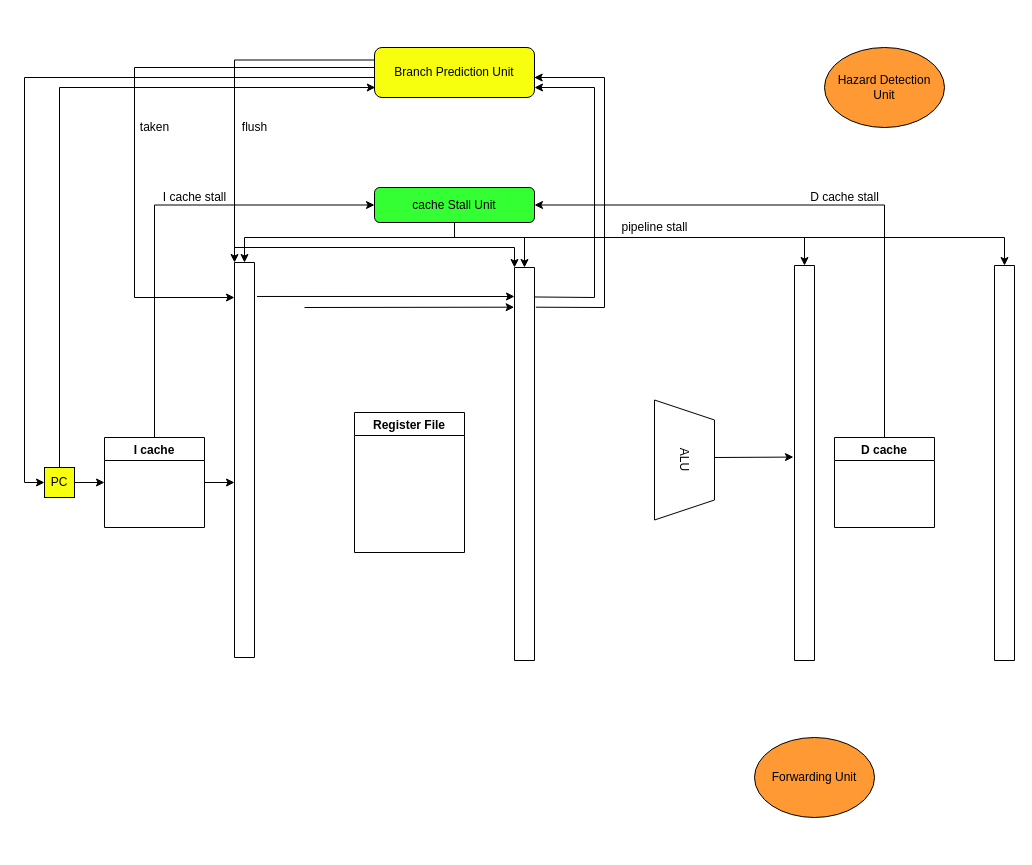
JeterHwang/DSD keeps this draw.io diagram as Untitled Diagram.drawio. Above is the earlier version. Source tidied: cells renumbered, new cells numbered last; positions are measured from the earlier drawing's top-left corner, leaving out a move shared by most shapes. Both pictures are drawn from the tidied source at 100%, with x=0, y=0 at pixel (24, 47).
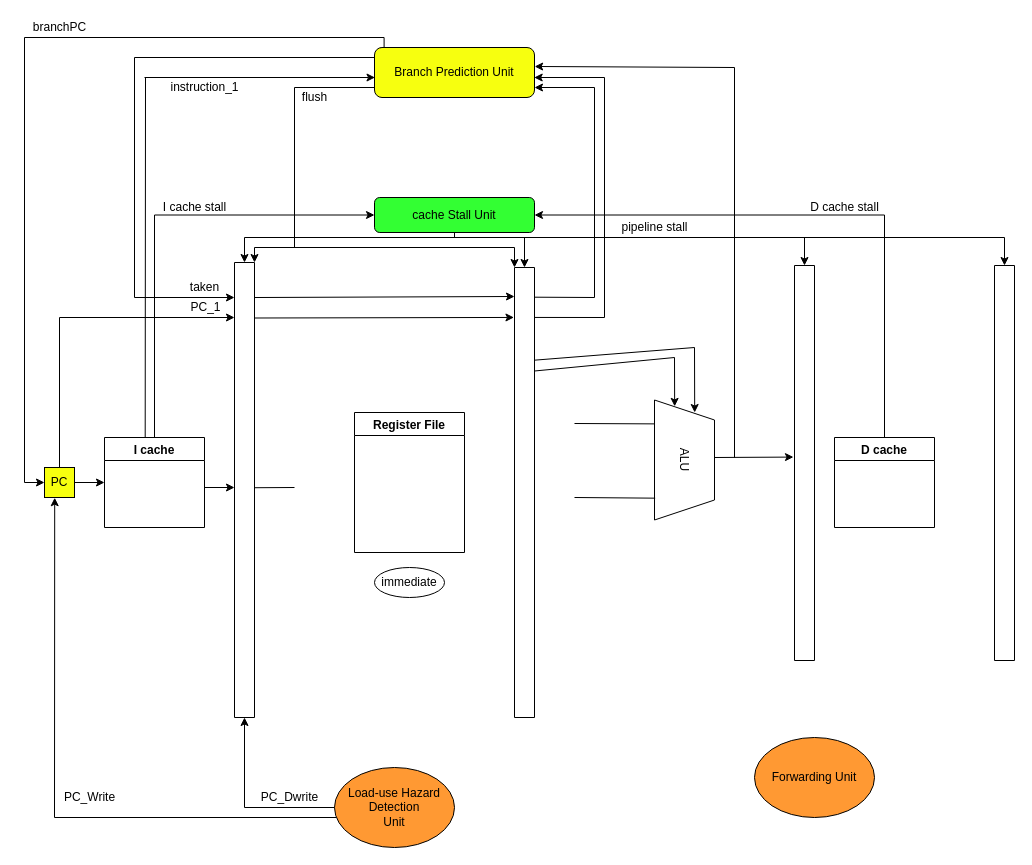
Above is the later version.

Unchanged cells that the change refers to:
```xml
<mxCell id="8" value="I cache" style="swimlane;" parent="1" vertex="1">
  <mxGeometry x="80" y="390" width="100" height="90" as="geometry" />
</mxCell>
<mxCell id="11" value="PC" style="whiteSpace=wrap;html=1;glass=0;fillColor=#F7FF0F;" parent="1" vertex="1">
  <mxGeometry x="20" y="420" width="30" height="30" as="geometry" />
</mxCell>
<mxCell id="15" value="Branch Prediction Unit" style="rounded=1;whiteSpace=wrap;html=1;glass=0;fillColor=#F7FF0F;" parent="1" vertex="1">
  <mxGeometry x="350" width="160" height="50" as="geometry" />
</mxCell>
<mxCell id="17" value="ALU" style="shape=trapezoid;perimeter=trapezoidPerimeter;whiteSpace=wrap;html=1;fixedSize=1;glass=0;strokeColor=#000000;rotation=90;fillColor=#FFFFFF;" parent="1" vertex="1">
  <mxGeometry x="600" y="382.5" width="120" height="60" as="geometry" />
</mxCell>
<mxCell id="19" value="D cache" style="swimlane;" parent="1" vertex="1">
  <mxGeometry x="810" y="390" width="100" height="90" as="geometry" />
</mxCell>
```

What changed in the source:
```diff
@@
     <mxCell id="2" style="swimlane;startSize=0;fillColor=#4262FF;glass=0;swimlaneLine=1;" parent="1" vertex="1">
-      <mxGeometry x="210" y="215" width="20" height="395" as="geometry" />
+      <mxGeometry x="210" y="215" width="20" height="455" as="geometry" />
     </mxCell>
     <mxCell id="3" style="swimlane;startSize=0;" parent="1" vertex="1">
-      <mxGeometry x="490" y="220" width="20" height="393" as="geometry" />
+      <mxGeometry x="490" y="220" width="20" height="450" as="geometry" />
     </mxCell>
@@
     <mxCell id="6" style="edgeStyle=orthogonalEdgeStyle;rounded=0;jettySize=auto;html=1;exitX=1;exitY=0.5;exitDx=0;exitDy=0;" parent="1" edge="1" source="8">
       <mxGeometry relative="1" as="geometry">
-        <mxPoint x="210" y="435" as="targetPoint" />
+        <mxPoint x="210" y="440" as="targetPoint" />
+        <Array as="points">
+          <mxPoint x="180" y="440" />
+          <mxPoint x="210" y="440" />
+        </Array>
       </mxGeometry>
     </mxCell>
     <mxCell id="7" style="edgeStyle=orthogonalEdgeStyle;rounded=0;jettySize=auto;html=1;exitX=0.5;exitY=0;exitDx=0;exitDy=0;entryX=0;entryY=0.5;entryDx=0;entryDy=0;" parent="1" edge="1" source="8" target="23">
       <mxGeometry relative="1" as="geometry">
         <Array as="points">
-          <mxPoint x="130" y="158" />
-          <mxPoint x="350" y="158" />
+          <mxPoint x="130" y="168" />
+          <mxPoint x="350" y="168" />
         </Array>
       </mxGeometry>
     </mxCell>
@@
-    <mxCell id="10" style="edgeStyle=orthogonalEdgeStyle;rounded=0;jettySize=auto;html=1;exitX=0.5;exitY=0;exitDx=0;exitDy=0;" parent="1" edge="1" source="11">
-      <mxGeometry relative="1" as="geometry">
-        <mxPoint x="350.8" y="40" as="targetPoint" />
-        <Array as="points">
-          <mxPoint x="35" y="40" />
-        </Array>
-      </mxGeometry>
-    </mxCell>
+    <mxCell id="44" style="edgeStyle=orthogonalEdgeStyle;rounded=0;jettySize=auto;html=1;exitX=0.5;exitY=0;exitDx=0;exitDy=0;" parent="1" edge="1" source="11">
+      <mxGeometry relative="1" as="geometry">
+        <mxPoint x="210" y="270" as="targetPoint" />
+        <Array as="points">
+          <mxPoint x="35" y="270" />
+        </Array>
+      </mxGeometry>
+    </mxCell>
@@
-    <mxCell id="12" style="edgeStyle=orthogonalEdgeStyle;rounded=0;jettySize=auto;html=1;exitX=0;exitY=0.5;exitDx=0;exitDy=0;entryX=0;entryY=0.5;entryDx=0;entryDy=0;" parent="1" edge="1" source="15" target="11">
+    <mxCell id="12" style="edgeStyle=orthogonalEdgeStyle;rounded=0;jettySize=auto;html=1;exitX=0.06;exitY=-0.002;exitDx=0;exitDy=0;entryX=0;entryY=0.5;entryDx=0;entryDy=0;exitPerimeter=0;" parent="1" edge="1" source="15" target="11">
       <mxGeometry relative="1" as="geometry">
         <Array as="points">
-          <mxPoint x="350" y="30" />
-          <mxPoint y="30" />
+          <mxPoint x="360" y="-10" />
+          <mxPoint y="-10" />
           <mxPoint y="435" />
         </Array>
       </mxGeometry>
     </mxCell>
-    <mxCell id="13" style="edgeStyle=orthogonalEdgeStyle;rounded=0;jettySize=auto;html=1;exitX=0;exitY=0.25;exitDx=0;exitDy=0;" parent="1" edge="1" source="15">
+    <mxCell id="13" style="edgeStyle=orthogonalEdgeStyle;rounded=0;jettySize=auto;html=1;exitX=0.039;exitY=-0.001;exitDx=0;exitDy=0;exitPerimeter=0;" parent="1" edge="1" source="15">
       <mxGeometry relative="1" as="geometry">
         <mxPoint x="210" y="250" as="targetPoint" />
         <Array as="points">
-          <mxPoint x="350" y="20" />
-          <mxPoint x="110" y="20" />
+          <mxPoint x="356" y="10" />
+          <mxPoint x="110" y="10" />
+          <mxPoint x="110" y="250" />
         </Array>
       </mxGeometry>
     </mxCell>
-    <mxCell id="14" style="edgeStyle=orthogonalEdgeStyle;rounded=0;jettySize=auto;html=1;exitX=0;exitY=0.25;exitDx=0;exitDy=0;entryX=0;entryY=0;entryDx=0;entryDy=0;" parent="1" edge="1" source="15" target="2">
-      <mxGeometry relative="1" as="geometry" />
-    </mxCell>
@@
     <mxCell id="18" style="edgeStyle=orthogonalEdgeStyle;rounded=0;jettySize=auto;html=1;exitX=0.5;exitY=0;exitDx=0;exitDy=0;entryX=1;entryY=0.5;entryDx=0;entryDy=0;" parent="1" edge="1" source="19" target="23">
       <mxGeometry relative="1" as="geometry">
         <Array as="points">
-          <mxPoint x="860" y="158" />
-          <mxPoint x="510" y="158" />
+          <mxPoint x="860" y="168" />
+          <mxPoint x="510" y="168" />
         </Array>
       </mxGeometry>
     </mxCell>
@@
-    <mxCell id="21" value="Hazard Detection &lt;br&gt;Unit" style="ellipse;whiteSpace=wrap;html=1;glass=0;strokeColor=#000000;fillColor=#FF9933;" parent="1" vertex="1">
-      <mxGeometry x="800" width="120" height="80" as="geometry" />
-    </mxCell>
@@
     <mxCell id="23" value="cache Stall Unit" style="rounded=1;whiteSpace=wrap;html=1;glass=0;strokeColor=#000000;fillColor=#33FF33;" parent="1" vertex="1">
-      <mxGeometry x="350" y="140" width="160" height="35" as="geometry" />
+      <mxGeometry x="350" y="150" width="160" height="35" as="geometry" />
     </mxCell>
@@
     <mxCell id="29" value="D cache stall" style="text;html=1;align=center;verticalAlign=middle;fillColor=none;strokeColor=none;rounded=0;glass=0;" parent="1" vertex="1">
-      <mxGeometry x="780" y="140" width="80" height="20" as="geometry" />
+      <mxGeometry x="780" y="150" width="80" height="20" as="geometry" />
     </mxCell>
     <mxCell id="30" value="I cache stall" style="text;html=1;align=center;verticalAlign=middle;fillColor=none;strokeColor=none;rounded=0;glass=0;" parent="1" vertex="1">
-      <mxGeometry x="130" y="140" width="80" height="20" as="geometry" />
+      <mxGeometry x="130" y="150" width="80" height="20" as="geometry" />
     </mxCell>
     <mxCell id="31" value="taken" style="text;html=1;align=center;verticalAlign=middle;fillColor=none;strokeColor=none;rounded=0;glass=0;" parent="1" vertex="1">
-      <mxGeometry x="110" y="70" width="40" height="20" as="geometry" />
+      <mxGeometry x="160" y="230" width="40" height="20" as="geometry" />
     </mxCell>
-    <mxCell id="32" style="endArrow=none;html=1;" parent="1" edge="1">
-      <mxGeometry relative="1" as="geometry">
-        <mxPoint x="210" y="200" as="sourcePoint" />
-        <mxPoint x="490" y="200" as="targetPoint" />
-      </mxGeometry>
-    </mxCell>
@@
     <mxCell id="34" value="flush" style="text;html=1;align=center;verticalAlign=middle;fillColor=none;strokeColor=none;rounded=0;glass=0;" parent="1" vertex="1">
-      <mxGeometry x="210" y="70" width="40" height="20" as="geometry" />
+      <mxGeometry x="270" y="40" width="40" height="20" as="geometry" />
     </mxCell>
-    <mxCell id="35" style="endArrow=classic;html=1;exitX=1.126;exitY=0.086;exitDx=0;exitDy=0;exitPerimeter=0;" parent="1" edge="1" source="2">
+    <mxCell id="35" style="endArrow=classic;html=1;exitX=0.994;exitY=0.077;exitDx=0;exitDy=0;exitPerimeter=0;" parent="1" edge="1" source="2">
       <mxGeometry relative="1" as="geometry">
         <mxPoint x="490" y="249" as="targetPoint" />
       </mxGeometry>
     </mxCell>
@@
-    <mxCell id="38" style="endArrow=none;html=1;exitX=1.019;exitY=0.075;exitDx=0;exitDy=0;exitPerimeter=0;" parent="1" edge="1" source="3">
+    <mxCell id="38" style="endArrow=none;html=1;exitX=0.992;exitY=0.066;exitDx=0;exitDy=0;exitPerimeter=0;" parent="1" edge="1" source="3">
       <mxGeometry relative="1" as="geometry">
         <mxPoint x="570" y="250" as="targetPoint" />
       </mxGeometry>
     </mxCell>
@@
-    <mxCell id="40" style="endArrow=classic;html=1;entryX=-0.017;entryY=0.101;entryDx=0;entryDy=0;entryPerimeter=0;" parent="1" edge="1" target="3">
-      <mxGeometry relative="1" as="geometry">
-        <mxPoint x="280" y="260" as="sourcePoint" />
-      </mxGeometry>
+    <mxCell id="40" style="endArrow=classic;html=1;entryX=-0.027;entryY=0.111;entryDx=0;entryDy=0;entryPerimeter=0;exitX=0.985;exitY=0.122;exitDx=0;exitDy=0;exitPerimeter=0;" parent="1" edge="1" source="2" target="3">
+      <mxGeometry relative="1" as="geometry" />
     </mxCell>
-    <mxCell id="41" style="endArrow=none;html=1;exitX=1.066;exitY=0.101;exitDx=0;exitDy=0;exitPerimeter=0;" parent="1" edge="1" source="3">
+    <mxCell id="41" style="endArrow=none;html=1;exitX=1;exitY=0.111;exitDx=0;exitDy=0;exitPerimeter=0;" parent="1" edge="1" source="3">
       <mxGeometry relative="1" as="geometry">
-        <mxPoint x="580" y="260" as="targetPoint" />
+        <mxPoint x="580" y="270" as="targetPoint" />
       </mxGeometry>
     </mxCell>
     <mxCell id="42" style="endArrow=none;html=1;" parent="1" edge="1">
       <mxGeometry relative="1" as="geometry">
-        <mxPoint x="580" y="260" as="sourcePoint" />
+        <mxPoint x="580" y="270" as="sourcePoint" />
         <mxPoint x="580" y="30" as="targetPoint" />
       </mxGeometry>
     </mxCell>
@@
+    <mxCell id="45" style="endArrow=none;html=1;" parent="1" edge="1">
+      <mxGeometry relative="1" as="geometry">
+        <mxPoint x="710" y="410" as="sourcePoint" />
+        <mxPoint x="710" y="20" as="targetPoint" />
+      </mxGeometry>
+    </mxCell>
+    <mxCell id="46" style="endArrow=classic;html=1;entryX=1.001;entryY=0.38;entryDx=0;entryDy=0;entryPerimeter=0;" parent="1" edge="1" target="15">
+      <mxGeometry relative="1" as="geometry">
+        <mxPoint x="710" y="20" as="sourcePoint" />
+      </mxGeometry>
+    </mxCell>
+    <mxCell id="47" style="endArrow=none;html=1;entryX=0.199;entryY=0.999;entryDx=0;entryDy=0;entryPerimeter=0;" parent="1" edge="1" target="17">
+      <mxGeometry relative="1" as="geometry">
+        <mxPoint x="550" y="376" as="sourcePoint" />
+      </mxGeometry>
+    </mxCell>
+    <mxCell id="48" style="endArrow=none;html=1;entryX=0.818;entryY=0.989;entryDx=0;entryDy=0;entryPerimeter=0;" parent="1" edge="1" target="17">
+      <mxGeometry relative="1" as="geometry">
+        <mxPoint x="550" y="450" as="sourcePoint" />
+      </mxGeometry>
+    </mxCell>
+    <mxCell id="49" style="endArrow=classic;html=1;entryX=0.053;entryY=0.664;entryDx=0;entryDy=0;entryPerimeter=0;" parent="1" edge="1" target="17">
+      <mxGeometry relative="1" as="geometry">
+        <mxPoint x="650" y="310" as="sourcePoint" />
+      </mxGeometry>
+    </mxCell>
+    <mxCell id="50" style="endArrow=classic;html=1;entryX=0.053;entryY=0.664;entryDx=0;entryDy=0;entryPerimeter=0;" parent="1" edge="1">
+      <mxGeometry relative="1" as="geometry">
+        <mxPoint x="670" y="300" as="sourcePoint" />
+        <mxPoint x="670.2" y="365" as="targetPoint" />
+      </mxGeometry>
+    </mxCell>
+    <mxCell id="51" style="endArrow=none;html=1;exitX=1;exitY=0.23;exitDx=0;exitDy=0;exitPerimeter=0;" parent="1" edge="1" source="3">
+      <mxGeometry relative="1" as="geometry">
+        <mxPoint x="650" y="310" as="targetPoint" />
+      </mxGeometry>
+    </mxCell>
+    <mxCell id="52" style="endArrow=none;html=1;exitX=0.986;exitY=0.206;exitDx=0;exitDy=0;exitPerimeter=0;" parent="1" edge="1" source="3">
+      <mxGeometry relative="1" as="geometry">
+        <mxPoint x="670" y="300" as="targetPoint" />
+      </mxGeometry>
+    </mxCell>
+    <mxCell id="53" value="branchPC" style="text;html=1;align=center;verticalAlign=middle;fillColor=none;strokeColor=none;rounded=0;glass=0;" parent="1" vertex="1">
+      <mxGeometry y="-30" width="70" height="20" as="geometry" />
+    </mxCell>
+    <mxCell id="54" style="endArrow=none;html=1;" parent="1" edge="1">
+      <mxGeometry relative="1" as="geometry">
+        <mxPoint x="230" y="200" as="sourcePoint" />
+        <mxPoint x="490" y="200" as="targetPoint" />
+      </mxGeometry>
+    </mxCell>
+    <mxCell id="55" style="endArrow=classic;html=1;entryX=1;entryY=0;entryDx=0;entryDy=0;" parent="1" edge="1" target="2">
+      <mxGeometry relative="1" as="geometry">
+        <mxPoint x="230" y="200" as="sourcePoint" />
+      </mxGeometry>
+    </mxCell>
+    <mxCell id="56" style="endArrow=none;html=1;" parent="1" edge="1">
+      <mxGeometry relative="1" as="geometry">
+        <mxPoint x="270" y="200" as="sourcePoint" />
+        <mxPoint x="270" y="40" as="targetPoint" />
+      </mxGeometry>
+    </mxCell>
+    <mxCell id="57" style="endArrow=none;html=1;exitX=0.407;exitY=-0.003;exitDx=0;exitDy=0;exitPerimeter=0;" parent="1" edge="1" source="8">
+      <mxGeometry relative="1" as="geometry">
+        <mxPoint x="121" y="30" as="targetPoint" />
+      </mxGeometry>
+    </mxCell>
+    <mxCell id="58" style="endArrow=none;html=1;entryX=0;entryY=0.8;entryDx=0;entryDy=0;entryPerimeter=0;" parent="1" edge="1" target="15">
+      <mxGeometry relative="1" as="geometry">
+        <mxPoint x="270" y="40" as="sourcePoint" />
+      </mxGeometry>
+    </mxCell>
+    <mxCell id="59" value="instruction_1" style="text;html=1;align=center;verticalAlign=middle;fillColor=none;strokeColor=none;rounded=0;glass=0;" parent="1" vertex="1">
+      <mxGeometry x="140" y="30" width="80" height="20" as="geometry" />
+    </mxCell>
+    <mxCell id="60" value="PC_1" style="text;html=1;align=center;verticalAlign=middle;fillColor=none;strokeColor=none;rounded=0;glass=0;" parent="1" vertex="1">
+      <mxGeometry x="156" y="250" width="50" height="20" as="geometry" />
+    </mxCell>
+    <mxCell id="61" style="endArrow=classic;html=1;" parent="1" edge="1">
+      <mxGeometry relative="1" as="geometry">
+        <mxPoint x="120" y="30" as="sourcePoint" />
+        <mxPoint x="350.5" y="30" as="targetPoint" />
+      </mxGeometry>
+    </mxCell>
+    <mxCell id="62" style="endArrow=none;html=1;entryX=1.016;entryY=0.495;entryDx=0;entryDy=0;entryPerimeter=0;" parent="1" edge="1" target="2">
+      <mxGeometry relative="1" as="geometry">
+        <mxPoint x="270" y="440" as="sourcePoint" />
+      </mxGeometry>
+    </mxCell>
+    <mxCell id="63" value="Load-use Hazard Detection &lt;br&gt;Unit" style="ellipse;whiteSpace=wrap;html=1;glass=0;strokeColor=#000000;fillColor=#FF9933;" parent="1" vertex="1">
+      <mxGeometry x="310" y="720" width="120" height="80" as="geometry" />
+    </mxCell>
+    <mxCell id="64" style="endArrow=none;html=1;exitX=0;exitY=0.5;exitDx=0;exitDy=0;" parent="1" edge="1" source="63">
+      <mxGeometry relative="1" as="geometry">
+        <mxPoint x="220" y="760" as="targetPoint" />
+      </mxGeometry>
+    </mxCell>
+    <mxCell id="65" style="endArrow=none;html=1;entryX=0.016;entryY=0.625;entryDx=0;entryDy=0;entryPerimeter=0;" parent="1" edge="1" target="63">
+      <mxGeometry relative="1" as="geometry">
+        <mxPoint x="30" y="770" as="sourcePoint" />
+      </mxGeometry>
+    </mxCell>
+    <mxCell id="66" style="endArrow=classic;html=1;entryX=0.34;entryY=1.007;entryDx=0;entryDy=0;entryPerimeter=0;" parent="1" edge="1" target="11">
+      <mxGeometry relative="1" as="geometry">
+        <mxPoint x="30" y="770" as="sourcePoint" />
+      </mxGeometry>
+    </mxCell>
+    <mxCell id="67" style="endArrow=classic;html=1;" parent="1" edge="1">
+      <mxGeometry relative="1" as="geometry">
+        <mxPoint x="220" y="760" as="sourcePoint" />
+        <mxPoint x="220" y="670" as="targetPoint" />
+      </mxGeometry>
+    </mxCell>
+    <mxCell id="68" value="PC_Dwrite" style="text;html=1;align=center;verticalAlign=middle;fillColor=none;strokeColor=none;rounded=0;glass=0;" parent="1" vertex="1">
+      <mxGeometry x="230" y="740" width="70" height="20" as="geometry" />
+    </mxCell>
+    <mxCell id="69" value="PC_Write" style="text;html=1;align=center;verticalAlign=middle;fillColor=none;strokeColor=none;rounded=0;glass=0;" parent="1" vertex="1">
+      <mxGeometry x="30" y="740" width="70" height="20" as="geometry" />
+    </mxCell>
+    <mxCell id="70" value="immediate" style="ellipse;whiteSpace=wrap;html=1;glass=0;strokeColor=#000000;fillColor=#FFFFFF;" parent="1" vertex="1">
+      <mxGeometry x="350" y="520" width="70" height="30" as="geometry" />
+    </mxCell>
```
